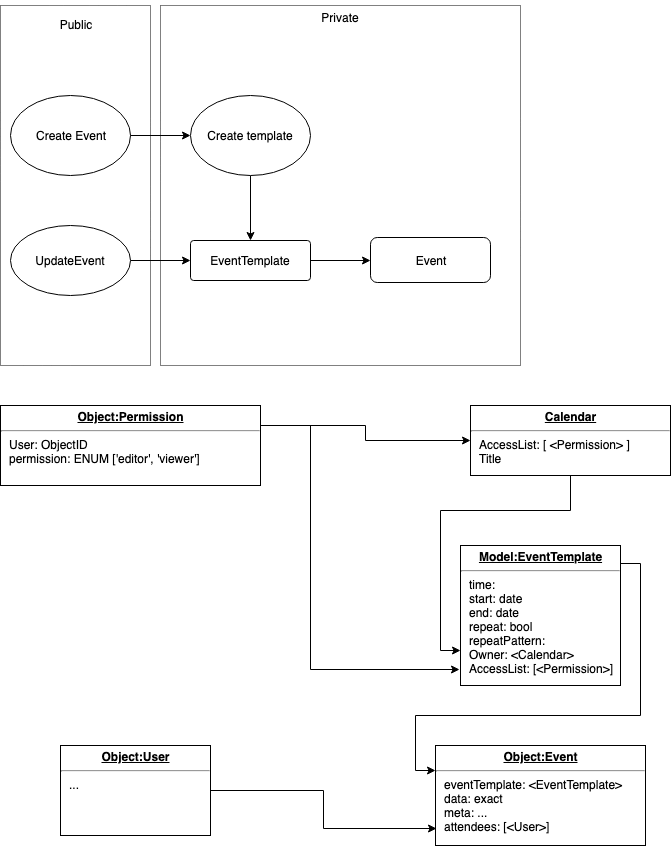
The draw.io diagram event/schema.png in safonovilya/planner, before a commit. Source tidied: cells renumbered, new cells last; positions are measured from the earlier drawing's top-left corner, leaving out a move shared by most shapes.
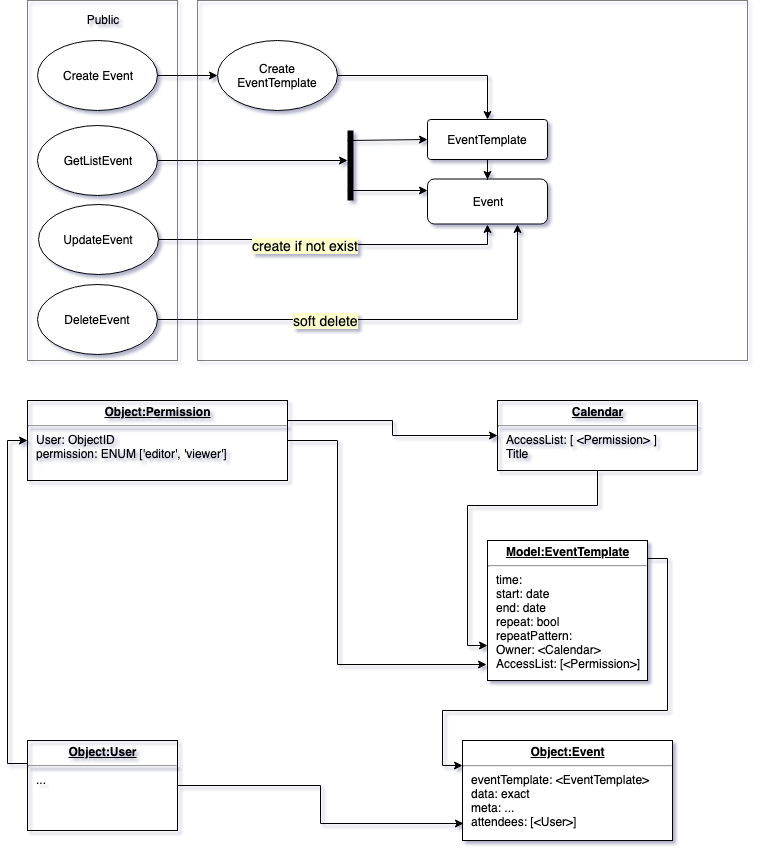
The same diagram one commit later.

Commit message:
update schema; renaming; added mocks; update tests

Change to the diagram source:
```diff
@@ -2,23 +2,23 @@
   <root>
     <mxCell id="0" />
     <mxCell id="1" parent="0" />
-    <mxCell id="2" value="&lt;p style=&quot;line-height: 100%&quot;&gt;Private&lt;/p&gt;&lt;p style=&quot;line-height: 100%&quot;&gt;&lt;br&gt;&lt;/p&gt;&lt;p style=&quot;line-height: 100%&quot;&gt;&lt;br&gt;&lt;/p&gt;&lt;p style=&quot;line-height: 100%&quot;&gt;&lt;br&gt;&lt;/p&gt;&lt;p style=&quot;line-height: 100%&quot;&gt;&lt;br&gt;&lt;/p&gt;&lt;p style=&quot;line-height: 100%&quot;&gt;&lt;br&gt;&lt;/p&gt;&lt;p style=&quot;line-height: 100%&quot;&gt;&lt;br&gt;&lt;/p&gt;&lt;p style=&quot;line-height: 100%&quot;&gt;&lt;br&gt;&lt;/p&gt;&lt;p style=&quot;line-height: 100%&quot;&gt;&lt;br&gt;&lt;/p&gt;&lt;p style=&quot;line-height: 100%&quot;&gt;&lt;br&gt;&lt;/p&gt;&lt;p style=&quot;line-height: 100%&quot;&gt;&lt;br&gt;&lt;/p&gt;&lt;p style=&quot;line-height: 100%&quot;&gt;&lt;br&gt;&lt;/p&gt;&lt;p style=&quot;line-height: 100%&quot;&gt;&lt;br&gt;&lt;/p&gt;&lt;p style=&quot;line-height: 100%&quot;&gt;&lt;br&gt;&lt;/p&gt;&lt;p style=&quot;line-height: 100%&quot;&gt;&lt;br&gt;&lt;/p&gt;" style="whiteSpace=wrap;html=1;gradientColor=#ffffff;fillColor=none;strokeColor=#000000;dashed=1;dashPattern=1 1;" parent="1" vertex="1">
-      <mxGeometry x="160" width="360" height="360" as="geometry" />
-    </mxCell>
+    <mxCell id="23" style="rounded=0;whiteSpace=wrap;html=1;strokeColor=#000000;fillColor=none;gradientColor=#ffffff;dashed=1;dashPattern=1 1;" parent="1" vertex="1">
+      <mxGeometry x="170" width="550" height="360" as="geometry" />
+    </mxCell>
     <mxCell id="3" value="Public&lt;br&gt;&lt;br&gt;&lt;br&gt;&lt;br&gt;&lt;br&gt;&lt;br&gt;&lt;br&gt;&lt;br&gt;&lt;br&gt;&lt;br&gt;&lt;br&gt;&lt;br&gt;&lt;br&gt;&lt;br&gt;&lt;br&gt;&lt;br&gt;&lt;br&gt;&lt;br&gt;&lt;br&gt;&lt;br&gt;&lt;br&gt;&lt;br&gt;&lt;br&gt;&lt;br&gt;" style="rounded=0;whiteSpace=wrap;html=1;dashed=1;dashPattern=1 1;strokeColor=#000000;fillColor=none;gradientColor=#ffffff;" parent="1" vertex="1">
       <mxGeometry width="150" height="360" as="geometry" />
     </mxCell>
     <mxCell id="4" value="Event" style="rounded=1;whiteSpace=wrap;html=1;" parent="1" vertex="1">
-      <mxGeometry x="370" y="232" width="120" height="45" as="geometry" />
+      <mxGeometry x="400" y="178.5" width="120" height="45" as="geometry" />
     </mxCell>
     <mxCell id="5" value="Create Event" style="ellipse;whiteSpace=wrap;html=1;" parent="1" vertex="1">
-      <mxGeometry x="10" y="90" width="120" height="80" as="geometry" />
+      <mxGeometry x="10" y="40" width="120" height="70" as="geometry" />
     </mxCell>
-    <mxCell id="6" style="edgeStyle=orthogonalEdgeStyle;rounded=0;jettySize=auto;html=1;entryX=0;entryY=0.5;entryDx=0;entryDy=0;" parent="1" edge="1" source="7" target="4">
+    <mxCell id="6" style="edgeStyle=orthogonalEdgeStyle;rounded=0;jettySize=auto;html=1;entryX=0.5;entryY=0;entryDx=0;entryDy=0;" parent="1" edge="1" source="7" target="4">
       <mxGeometry relative="1" as="geometry" />
     </mxCell>
     <mxCell id="7" value="EventTemplate" style="rounded=1;whiteSpace=wrap;html=1;arcSize=8;" parent="1" vertex="1">
-      <mxGeometry x="190" y="235" width="120" height="40" as="geometry" />
+      <mxGeometry x="400" y="119" width="120" height="40" as="geometry" />
     </mxCell>
     <mxCell id="8" style="edgeStyle=orthogonalEdgeStyle;rounded=0;jettySize=auto;html=1;exitX=1;exitY=0.129;exitDx=0;exitDy=0;entryX=0;entryY=0.25;entryDx=0;entryDy=0;exitPerimeter=0;" parent="1" edge="1" source="9" target="10">
       <mxGeometry relative="1" as="geometry" />
@@ -29,20 +29,23 @@
     <mxCell id="10" value="&lt;p style=&quot;margin: 0px ; margin-top: 4px ; text-align: center ; text-decoration: underline&quot;&gt;&lt;b&gt;Object:Event&lt;/b&gt;&lt;/p&gt;&lt;hr&gt;&lt;p style=&quot;margin: 0px ; margin-left: 8px&quot;&gt;eventTemplate: &amp;lt;EventTemplate&amp;gt;&lt;/p&gt;&lt;p style=&quot;margin: 0px ; margin-left: 8px&quot;&gt;&lt;span&gt;data: exact&amp;nbsp;&lt;/span&gt;&lt;br&gt;&lt;span&gt;meta: ...&lt;/span&gt;&lt;/p&gt;&lt;p style=&quot;margin: 0px ; margin-left: 8px&quot;&gt;&lt;span&gt;attendees&lt;/span&gt;&lt;span&gt;: [&amp;lt;User&amp;gt;]&lt;/span&gt;&lt;/p&gt;&lt;div&gt;&lt;span&gt;&lt;br&gt;&lt;/span&gt;&lt;/div&gt;" style="verticalAlign=top;align=left;overflow=fill;fontSize=12;fontFamily=Helvetica;html=1;" parent="1" vertex="1">
       <mxGeometry x="435" y="740" width="210" height="100" as="geometry" />
     </mxCell>
-    <mxCell id="11" style="edgeStyle=orthogonalEdgeStyle;rounded=0;jettySize=auto;html=1;exitX=0.5;exitY=1;exitDx=0;exitDy=0;" parent="1" edge="1" source="12" target="7">
+    <mxCell id="11" style="edgeStyle=orthogonalEdgeStyle;rounded=0;jettySize=auto;html=1;exitX=1;exitY=0.5;exitDx=0;exitDy=0;entryX=0.5;entryY=0;entryDx=0;entryDy=0;" parent="1" edge="1" source="12" target="7">
       <mxGeometry relative="1" as="geometry" />
     </mxCell>
-    <mxCell id="12" value="Create template" style="ellipse;whiteSpace=wrap;html=1;" parent="1" vertex="1">
-      <mxGeometry x="190" y="90" width="120" height="80" as="geometry" />
+    <mxCell id="12" value="Create EventTemplate" style="ellipse;whiteSpace=wrap;html=1;" parent="1" vertex="1">
+      <mxGeometry x="190" y="40" width="120" height="70" as="geometry" />
     </mxCell>
     <mxCell id="13" style="edgeStyle=orthogonalEdgeStyle;rounded=0;jettySize=auto;html=1;exitX=1;exitY=0.5;exitDx=0;exitDy=0;entryX=0;entryY=0.5;entryDx=0;entryDy=0;" parent="1" edge="1" source="5" target="12">
       <mxGeometry relative="1" as="geometry" />
     </mxCell>
-    <mxCell id="14" style="edgeStyle=orthogonalEdgeStyle;rounded=0;jettySize=auto;html=1;exitX=1;exitY=0.5;exitDx=0;exitDy=0;entryX=0;entryY=0.5;entryDx=0;entryDy=0;" parent="1" edge="1" source="15" target="7">
+    <mxCell id="14" style="edgeStyle=orthogonalEdgeStyle;rounded=0;jettySize=auto;html=1;exitX=1;exitY=0.5;exitDx=0;exitDy=0;entryX=0.5;entryY=1;entryDx=0;entryDy=0;" parent="1" edge="1" source="15" target="4">
       <mxGeometry relative="1" as="geometry" />
     </mxCell>
+    <mxCell id="24" value="&lt;span style=&quot;background-color: rgb(255 , 255 , 204) ; font-size: 14px&quot;&gt;create if not exist&lt;/span&gt;" style="text;html=1;align=center;verticalAlign=middle;labelBackgroundColor=#ffffff;" parent="14" vertex="1">
+      <mxGeometry x="-0.15" relative="1" as="geometry" />
+    </mxCell>
     <mxCell id="15" value="UpdateEvent" style="ellipse;whiteSpace=wrap;html=1;" parent="1" vertex="1">
-      <mxGeometry x="10" y="220" width="120" height="70" as="geometry" />
+      <mxGeometry x="11" y="203.5" width="120" height="70" as="geometry" />
     </mxCell>
     <mxCell id="16" style="edgeStyle=orthogonalEdgeStyle;rounded=0;jettySize=auto;html=1;exitX=0.5;exitY=1;exitDx=0;exitDy=0;entryX=0;entryY=0.75;entryDx=0;entryDy=0;" parent="1" edge="1" source="17" target="9">
       <mxGeometry relative="1" as="geometry" />
@@ -53,7 +56,8 @@
     <mxCell id="18" style="edgeStyle=orthogonalEdgeStyle;rounded=0;jettySize=auto;html=1;exitX=1;exitY=0.25;exitDx=0;exitDy=0;entryX=-0.006;entryY=0.886;entryDx=0;entryDy=0;entryPerimeter=0;" parent="1" edge="1" source="20" target="9">
       <mxGeometry relative="1" as="geometry">
         <Array as="points">
-          <mxPoint x="310" y="420" />
+          <mxPoint x="260" y="440" />
+          <mxPoint x="310" y="440" />
           <mxPoint x="310" y="664" />
         </Array>
       </mxGeometry>
@@ -67,8 +71,47 @@
     <mxCell id="21" style="edgeStyle=orthogonalEdgeStyle;rounded=0;jettySize=auto;html=1;entryX=0.005;entryY=0.83;entryDx=0;entryDy=0;entryPerimeter=0;" parent="1" edge="1" source="22" target="10">
       <mxGeometry relative="1" as="geometry" />
     </mxCell>
+    <mxCell id="25" style="edgeStyle=orthogonalEdgeStyle;rounded=0;jettySize=auto;html=1;exitX=0;exitY=0.25;exitDx=0;exitDy=0;entryX=0;entryY=0.5;entryDx=0;entryDy=0;" parent="1" edge="1" source="22" target="20">
+      <mxGeometry relative="1" as="geometry" />
+    </mxCell>
     <mxCell id="22" value="&lt;p style=&quot;margin: 0px ; margin-top: 4px ; text-align: center ; text-decoration: underline&quot;&gt;&lt;b&gt;Object:User&lt;/b&gt;&lt;/p&gt;&lt;hr&gt;&lt;p style=&quot;margin: 0px ; margin-left: 8px&quot;&gt;...&lt;/p&gt;" style="verticalAlign=top;align=left;overflow=fill;fontSize=12;fontFamily=Helvetica;html=1;strokeColor=#000000;fillColor=none;gradientColor=#ffffff;" parent="1" vertex="1">
-      <mxGeometry x="60" y="740" width="150" height="90" as="geometry" />
+      <mxGeometry y="740" width="150" height="90" as="geometry" />
     </mxCell>
+    <mxCell id="26" style="edgeStyle=orthogonalEdgeStyle;rounded=0;jettySize=auto;html=1;exitX=1;exitY=0.5;exitDx=0;exitDy=0;" parent="1" edge="1" source="27">
+      <mxGeometry relative="1" as="geometry">
+        <mxPoint x="320" y="160" as="targetPoint" />
+      </mxGeometry>
+    </mxCell>
+    <mxCell id="27" value="GetListEvent&lt;br&gt;" style="ellipse;whiteSpace=wrap;html=1;" parent="1" vertex="1">
+      <mxGeometry x="10" y="124.5" width="120" height="70" as="geometry" />
+    </mxCell>
+    <mxCell id="28" style="edgeStyle=orthogonalEdgeStyle;rounded=0;jettySize=auto;html=1;exitX=1;exitY=0.5;exitDx=0;exitDy=0;entryX=0.75;entryY=1;entryDx=0;entryDy=0;" parent="1" edge="1" source="30" target="4">
+      <mxGeometry relative="1" as="geometry" />
+    </mxCell>
+    <mxCell id="29" value="&lt;span style=&quot;background-color: rgb(255 , 255 , 204) ; font-size: 14px&quot;&gt;soft delete&lt;/span&gt;" style="text;html=1;align=center;verticalAlign=middle;labelBackgroundColor=#ffffff;" parent="28" vertex="1">
+      <mxGeometry x="-0.26" relative="1" as="geometry" />
+    </mxCell>
+    <mxCell id="30" value="DeleteEvent" style="ellipse;whiteSpace=wrap;html=1;" parent="1" vertex="1">
+      <mxGeometry x="10" y="284" width="120" height="70" as="geometry" />
+    </mxCell>
+    <mxCell id="31" style="endArrow=none;html=1;strokeWidth=6;exitX=0.273;exitY=0.556;exitDx=0;exitDy=0;exitPerimeter=0;" parent="1" edge="1">
+      <mxGeometry relative="1" as="geometry">
+        <mxPoint x="323" y="200" as="sourcePoint" />
+        <mxPoint x="323" y="130" as="targetPoint" />
+        <Array as="points">
+          <mxPoint x="323" y="160" />
+        </Array>
+      </mxGeometry>
+    </mxCell>
+    <mxCell id="32" style="endArrow=classic;html=1;strokeWidth=1;entryX=0;entryY=0.5;entryDx=0;entryDy=0;" parent="1" edge="1" target="7">
+      <mxGeometry relative="1" as="geometry">
+        <mxPoint x="320" y="140" as="sourcePoint" />
+      </mxGeometry>
+    </mxCell>
+    <mxCell id="33" style="endArrow=classic;html=1;strokeWidth=1;entryX=0;entryY=0.25;entryDx=0;entryDy=0;" parent="1" edge="1" target="4">
+      <mxGeometry relative="1" as="geometry">
+        <mxPoint x="320" y="190" as="sourcePoint" />
+      </mxGeometry>
+    </mxCell>
   </root>
 </mxGraphModel>
```
